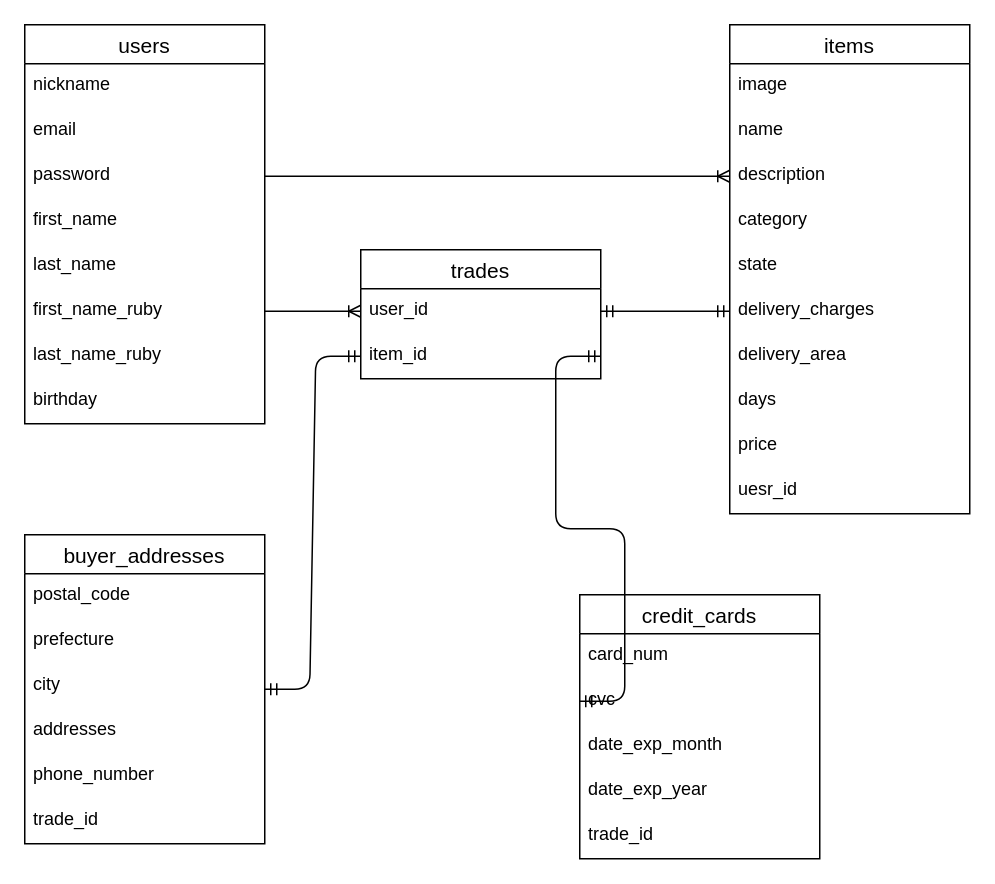
Earlier version of the draw.io diagram furima-31780.dio (Okisen/furima-31780). Source tidied: cells renumbered, new cells numbered last; positions are measured from the earlier drawing's top-left corner, leaving out a move shared by most shapes. Both pictures are drawn from the tidied source at 150%, with x=0, y=0 at pixel (24, 24).
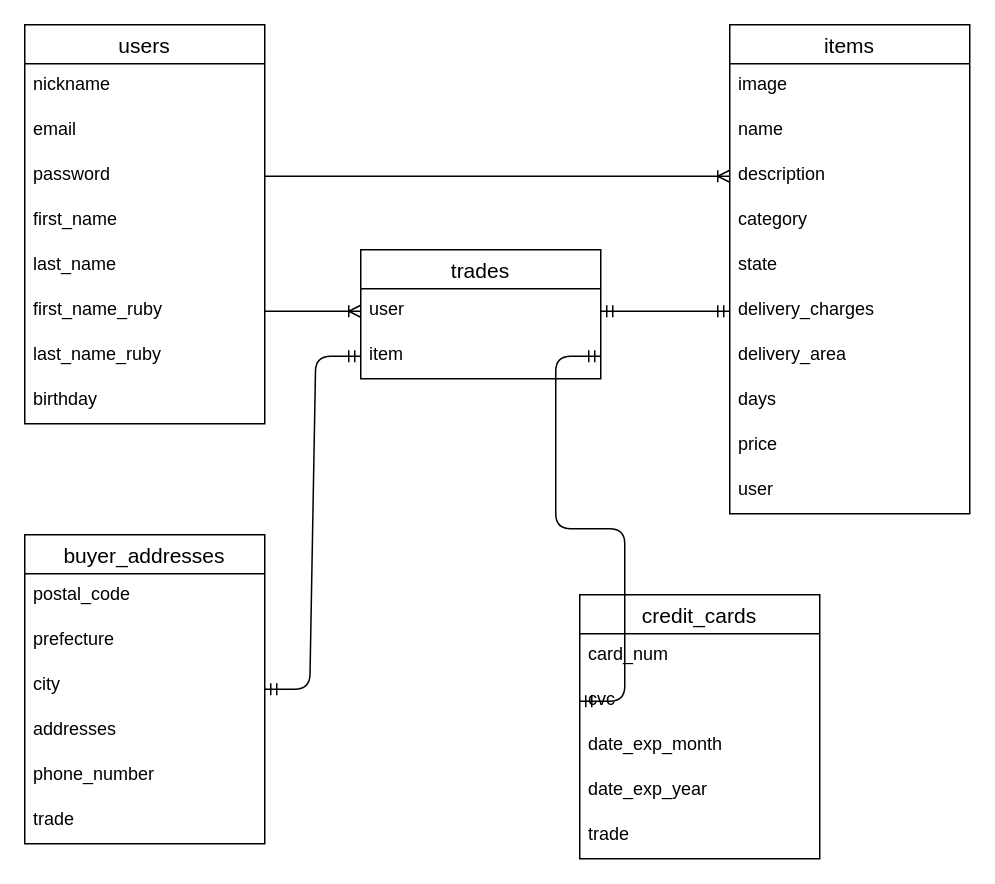
The same diagram, later.

The change refers to these unchanged cells:
```xml
<mxCell id="11" value="credit_cards" style="swimlane;fontStyle=0;horizontal=1;startSize=26;align=center;fontSize=14;" parent="1" vertex="1">
  <mxGeometry x="370" y="380" width="160" height="176" as="geometry" />
</mxCell>
<mxCell id="19" value="items" style="swimlane;fontStyle=0;horizontal=1;startSize=26;align=center;fontSize=14;" parent="1" vertex="1">
  <mxGeometry x="470" width="160" height="326" as="geometry" />
</mxCell>
<mxCell id="32" value="buyer_addresses" style="swimlane;fontStyle=0;horizontal=1;startSize=26;align=center;fontSize=14;" parent="1" vertex="1">
  <mxGeometry y="340" width="160" height="206" as="geometry" />
</mxCell>
<mxCell id="40" value="trades" style="swimlane;fontStyle=0;horizontal=1;startSize=26;align=center;fontSize=14;" parent="1" vertex="1">
  <mxGeometry x="224" y="150" width="160" height="86" as="geometry" />
</mxCell>
```

The edit, as a diff of the source:
```diff
@@
-    <mxCell id="16" value="trade_id" style="text;strokeColor=none;fillColor=none;spacingLeft=4;spacingRight=4;overflow=hidden;fontSize=12;" parent="11" vertex="1">
+    <mxCell id="16" value="trade" style="text;strokeColor=none;fillColor=none;spacingLeft=4;spacingRight=4;overflow=hidden;fontSize=12;" parent="11" vertex="1">
       <mxGeometry y="146" width="160" height="30" as="geometry" />
     </mxCell>
@@
-    <mxCell id="29" value="uesr_id" style="text;strokeColor=none;fillColor=none;spacingLeft=4;spacingRight=4;overflow=hidden;fontSize=12;" parent="19" vertex="1">
+    <mxCell id="29" value="user" style="text;strokeColor=none;fillColor=none;spacingLeft=4;spacingRight=4;overflow=hidden;fontSize=12;" parent="19" vertex="1">
       <mxGeometry y="296" width="160" height="30" as="geometry" />
     </mxCell>
@@
-    <mxCell id="38" value="trade_id" style="text;strokeColor=none;fillColor=none;spacingLeft=4;spacingRight=4;overflow=hidden;fontSize=12;" parent="32" vertex="1">
+    <mxCell id="38" value="trade" style="text;strokeColor=none;fillColor=none;spacingLeft=4;spacingRight=4;overflow=hidden;fontSize=12;" parent="32" vertex="1">
       <mxGeometry y="176" width="160" height="30" as="geometry" />
     </mxCell>
@@
-    <mxCell id="41" value="user_id" style="text;strokeColor=none;fillColor=none;spacingLeft=4;spacingRight=4;overflow=hidden;points=[[0,0.5],[1,0.5]];portConstraint=eastwest;fontSize=12;" parent="40" vertex="1">
+    <mxCell id="41" value="user" style="text;strokeColor=none;fillColor=none;spacingLeft=4;spacingRight=4;overflow=hidden;points=[[0,0.5],[1,0.5]];portConstraint=eastwest;fontSize=12;" parent="40" vertex="1">
       <mxGeometry y="26" width="160" height="30" as="geometry" />
     </mxCell>
-    <mxCell id="42" value="item_id" style="text;strokeColor=none;fillColor=none;spacingLeft=4;spacingRight=4;overflow=hidden;points=[[0,0.5],[1,0.5]];portConstraint=eastwest;fontSize=12;" parent="40" vertex="1">
+    <mxCell id="42" value="item" style="text;strokeColor=none;fillColor=none;spacingLeft=4;spacingRight=4;overflow=hidden;points=[[0,0.5],[1,0.5]];portConstraint=eastwest;fontSize=12;" parent="40" vertex="1">
       <mxGeometry y="56" width="160" height="30" as="geometry" />
     </mxCell>
```
